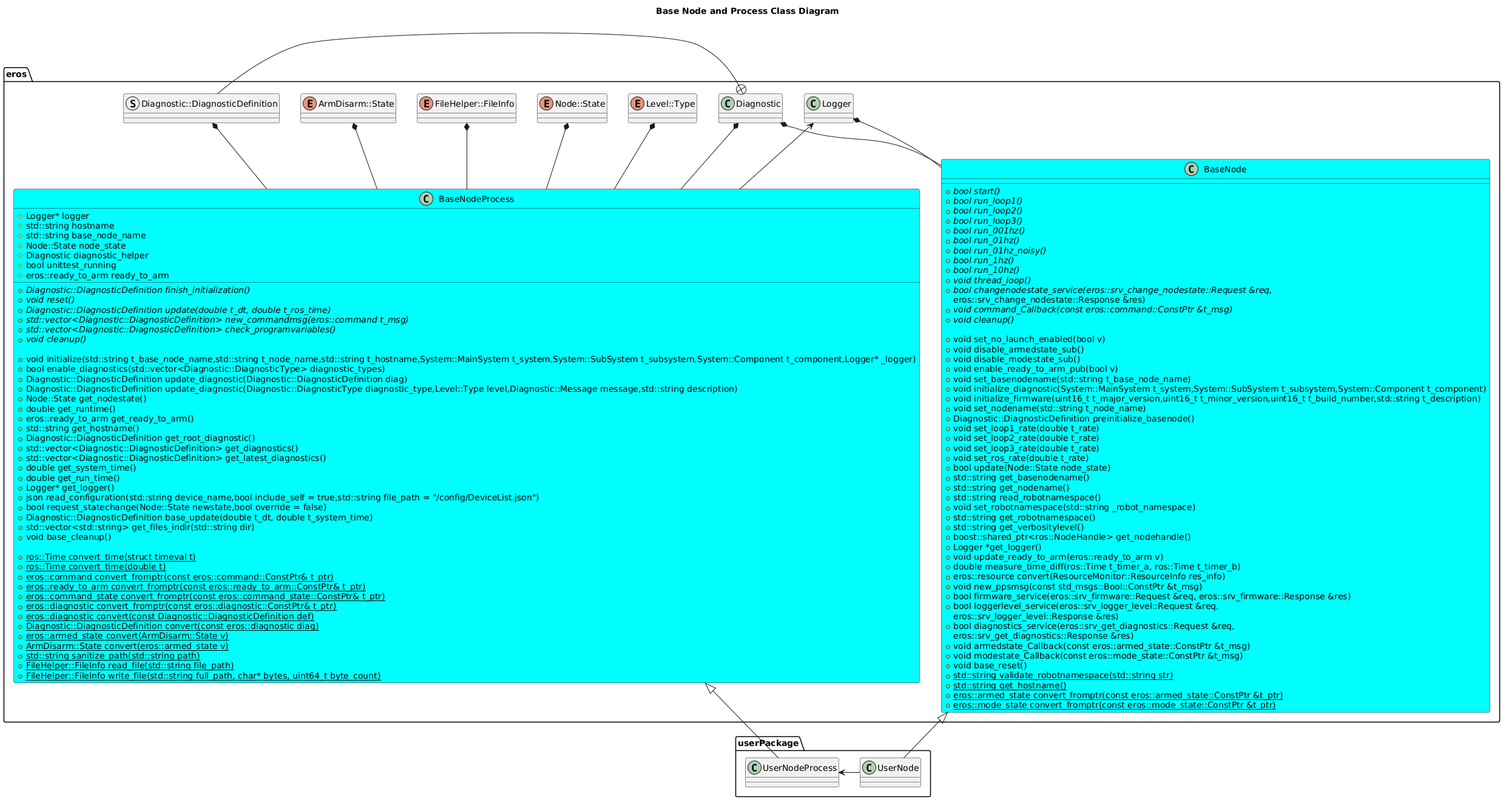
dgitz/eros keeps this PlantUML diagram as include/eros/doc/output/BaseNodeClassDiagram.png. Above is the earlier version.
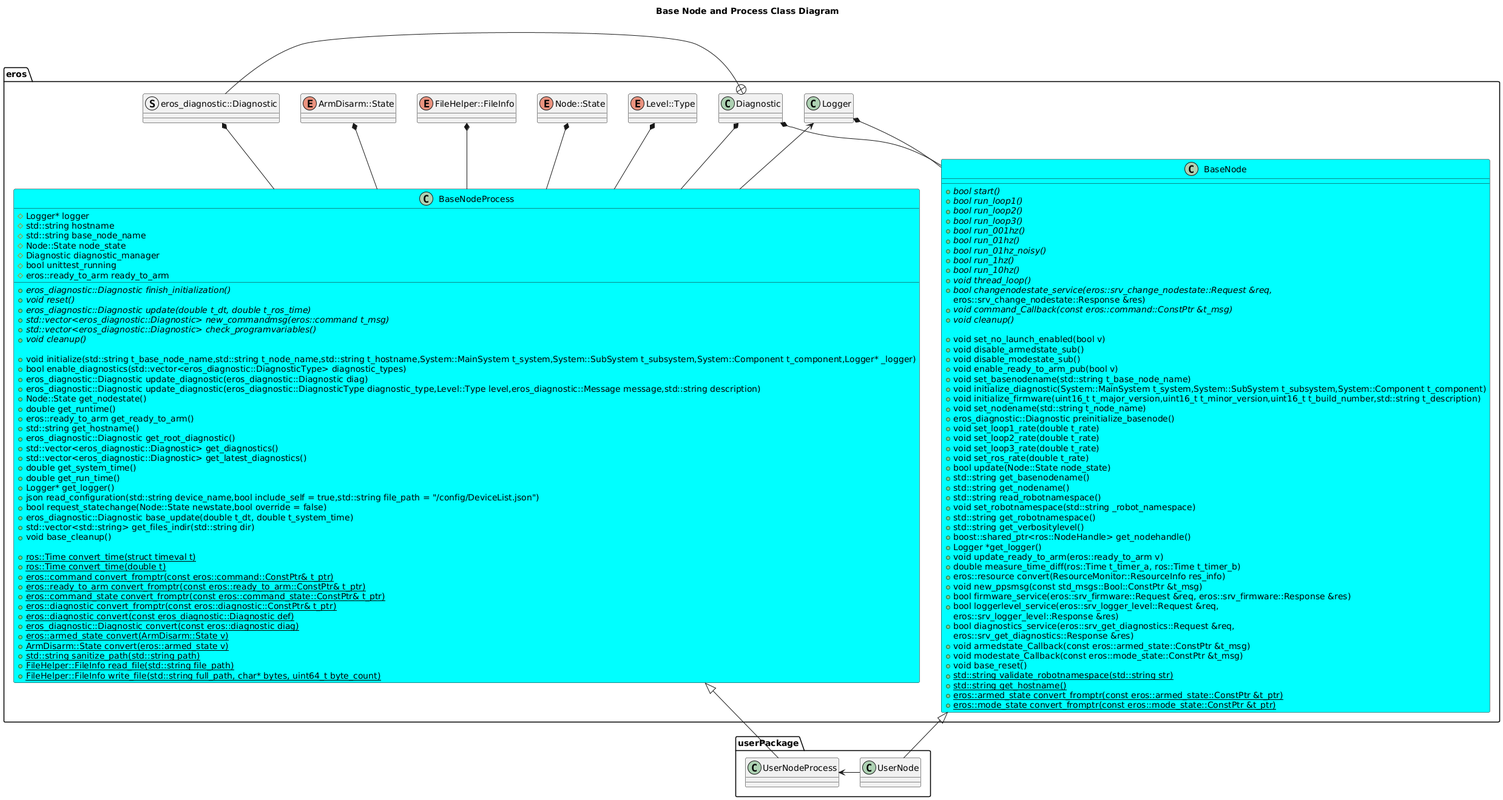
The same file after the commit.

The edit, as a diff of the source:
```diff
@@ -3,7 +3,7 @@
 package eros {
     together {
         enum Level::Type
-        struct Diagnostic::DiagnosticDefinition
+        struct eros_diagnostic::Diagnostic
         enum Node::State
         class Logger
         enum ArmDisarm::State
@@ -13,39 +13,39 @@
 
     Logger <-- BaseNodeProcess
     Level::Type *-- BaseNodeProcess
-    Diagnostic::DiagnosticDefinition *-- BaseNodeProcess
+    eros_diagnostic::Diagnostic *-- BaseNodeProcess
     Node::State *-- BaseNodeProcess
     ArmDisarm::State *-- BaseNodeProcess
     FileHelper::FileInfo *-- BaseNodeProcess
     Diagnostic *-- BaseNodeProcess
     Diagnostic *-- BaseNode
     Logger *-- BaseNode
-    Diagnostic +- Diagnostic::DiagnosticDefinition
+    Diagnostic +- eros_diagnostic::Diagnostic
     class BaseNodeProcess #Cyan {
-        +{abstract} Diagnostic::DiagnosticDefinition finish_initialization()
+        +{abstract} eros_diagnostic::Diagnostic finish_initialization()
         +{abstract} void reset()
-        +{abstract} Diagnostic::DiagnosticDefinition update(double t_dt, double t_ros_time)
-        +{abstract} std::vector<Diagnostic::DiagnosticDefinition> new_commandmsg(eros::command t_msg)
-        +{abstract} std::vector<Diagnostic::DiagnosticDefinition> check_programvariables()
+        +{abstract} eros_diagnostic::Diagnostic update(double t_dt, double t_ros_time)
+        +{abstract} std::vector<eros_diagnostic::Diagnostic> new_commandmsg(eros::command t_msg)
+        +{abstract} std::vector<eros_diagnostic::Diagnostic> check_programvariables()
         +{abstract} void cleanup()
 
         +void initialize(std::string t_base_node_name,std::string t_node_name,std::string t_hostname,System::MainSystem t_system,System::SubSystem t_subsystem,System::Component t_component,Logger* _logger)
-        +bool enable_diagnostics(std::vector<Diagnostic::DiagnosticType> diagnostic_types)
-        +Diagnostic::DiagnosticDefinition update_diagnostic(Diagnostic::DiagnosticDefinition diag)
-        +Diagnostic::DiagnosticDefinition update_diagnostic(Diagnostic::DiagnosticType diagnostic_type,Level::Type level,Diagnostic::Message message,std::string description)
+        +bool enable_diagnostics(std::vector<eros_diagnostic::DiagnosticType> diagnostic_types)
+        +eros_diagnostic::Diagnostic update_diagnostic(eros_diagnostic::Diagnostic diag)
+        +eros_diagnostic::Diagnostic update_diagnostic(eros_diagnostic::DiagnosticType diagnostic_type,Level::Type level,eros_diagnostic::Message message,std::string description)
         +Node::State get_nodestate()
         +double get_runtime()
         +eros::ready_to_arm get_ready_to_arm()
         +std::string get_hostname()
-        +Diagnostic::DiagnosticDefinition get_root_diagnostic()
-        +std::vector<Diagnostic::DiagnosticDefinition> get_diagnostics()
-        +std::vector<Diagnostic::DiagnosticDefinition> get_latest_diagnostics()
+        +eros_diagnostic::Diagnostic get_root_diagnostic()
+        +std::vector<eros_diagnostic::Diagnostic> get_diagnostics()
+        +std::vector<eros_diagnostic::Diagnostic> get_latest_diagnostics()
         +double get_system_time()
         +double get_run_time()
         +Logger* get_logger()
         +json read_configuration(std::string device_name,bool include_self = true,std::string file_path = "~/config/DeviceList.json")
         +bool request_statechange(Node::State newstate,bool override = false)
-        +Diagnostic::DiagnosticDefinition base_update(double t_dt, double t_system_time)
+        +eros_diagnostic::Diagnostic base_update(double t_dt, double t_system_time)
         +std::vector<std::string> get_files_indir(std::string dir)
         +void base_cleanup()
 
@@ -55,8 +55,8 @@
         +{static} eros::ready_to_arm convert_fromptr(const eros::ready_to_arm::ConstPtr& t_ptr)
         +{static} eros::command_state convert_fromptr(const eros::command_state::ConstPtr& t_ptr)
         +{static} eros::diagnostic convert_fromptr(const eros::diagnostic::ConstPtr& t_ptr)
-        +{static} eros::diagnostic convert(const Diagnostic::DiagnosticDefinition def)
-        +{static} Diagnostic::DiagnosticDefinition convert(const eros::diagnostic diag)
+        +{static} eros::diagnostic convert(const eros_diagnostic::Diagnostic def)
+        +{static} eros_diagnostic::Diagnostic convert(const eros::diagnostic diag)
         +{static} eros::armed_state convert(ArmDisarm::State v)
         +{static} ArmDisarm::State convert(eros::armed_state v)
         +{static} std::string sanitize_path(std::string path)
@@ -67,7 +67,7 @@
         #std::string hostname
         #std::string base_node_name
         #Node::State node_state
-        #Diagnostic diagnostic_helper
+        #Diagnostic diagnostic_manager
         #bool unittest_running
         #eros::ready_to_arm ready_to_arm
 
@@ -96,7 +96,7 @@
         +void initialize_diagnostic(System::MainSystem t_system,System::SubSystem t_subsystem,System::Component t_component)
         +void initialize_firmware(uint16_t t_major_version,uint16_t t_minor_version,uint16_t t_build_number,std::string t_description)
         +void set_nodename(std::string t_node_name)
-        +Diagnostic::DiagnosticDefinition preinitialize_basenode()
+        +eros_diagnostic::Diagnostic preinitialize_basenode()
         +void set_loop1_rate(double t_rate)
         +void set_loop2_rate(double t_rate)
         +void set_loop3_rate(double t_rate)
```
